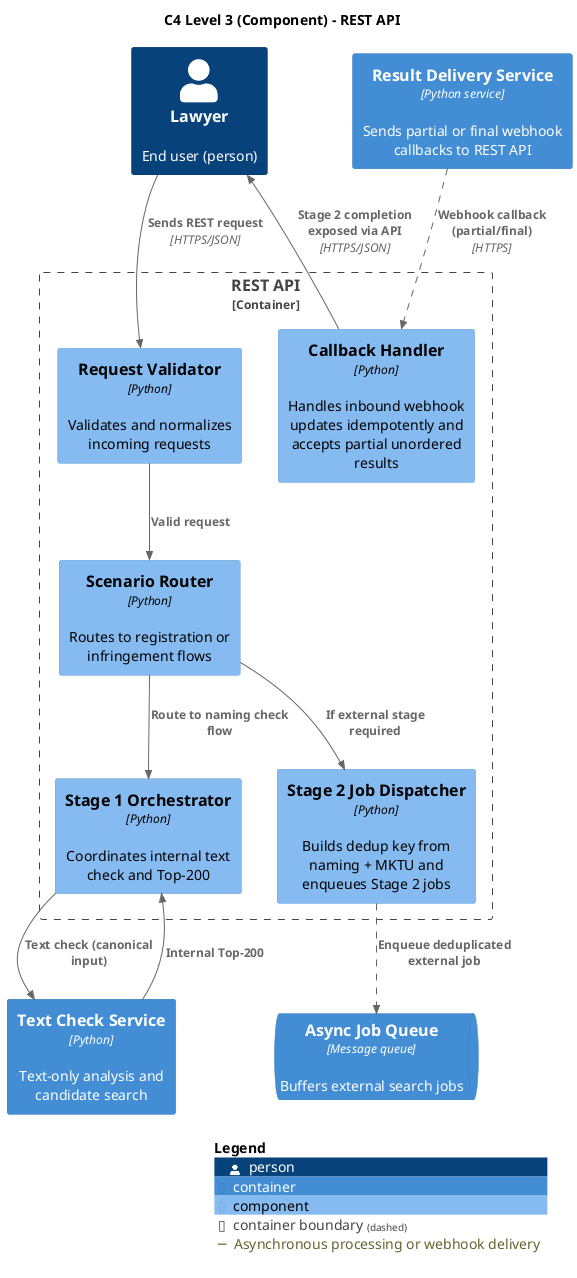
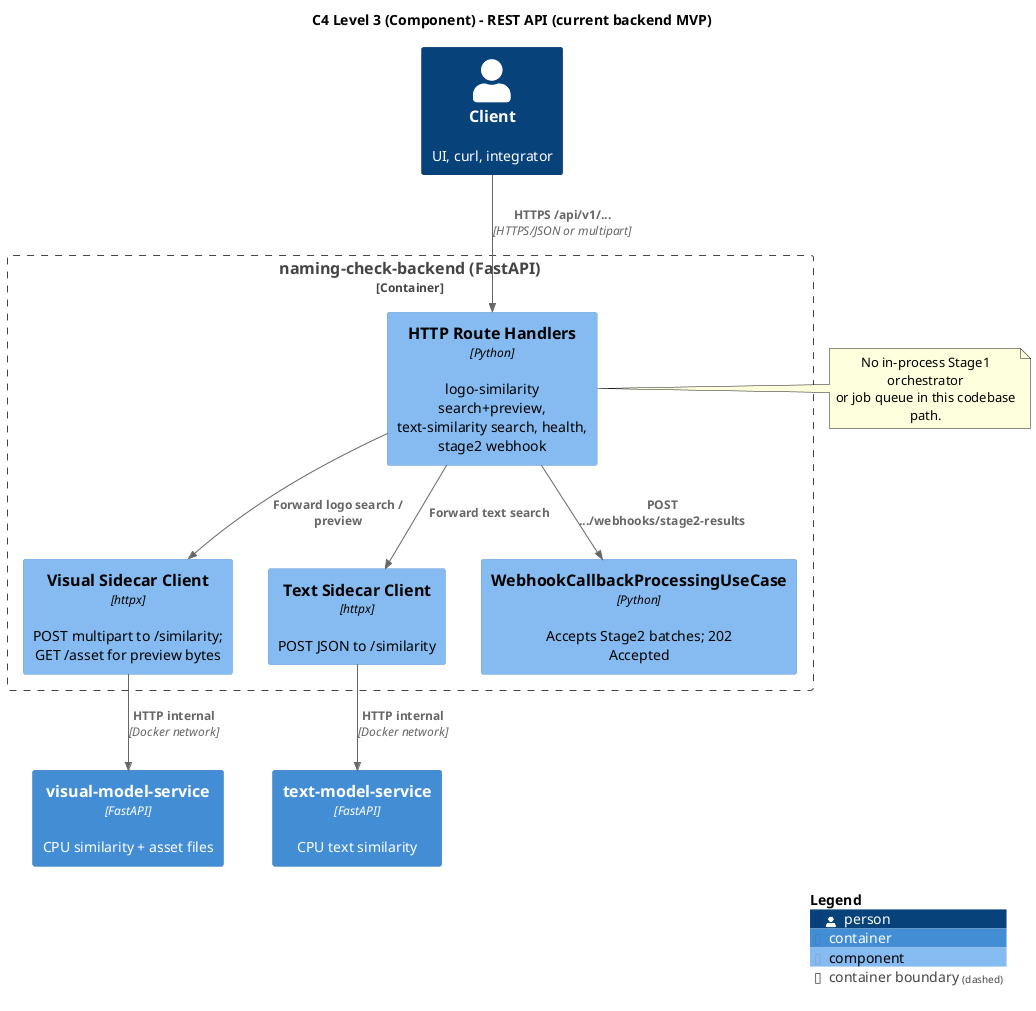
@startuml NamingCheck_REST_API_Components
- title C4 Level 3 (Component) - REST API
+ title C4 Level 3 (Component) - REST API (current backend MVP)

!include <C4/C4_Component>

LAYOUT_TOP_DOWN()

- AddRelTag("async", $lineStyle=DashedLine(), $legendText="Asynchronous processing or webhook delivery")
+ Person(client, "Client", "UI, curl, integrator")

- Person(lawyer, "Lawyer", "End user (person)")
- 
- Container_Boundary(rest_api_boundary, "REST API") {
-   Component(req_validator, "Request Validator", "Python", "Validates and normalizes incoming requests")
-   Component(scenario_router, "Scenario Router", "Python", "Routes to registration or infringement flows")
-   Component(stage1_orchestrator, "Stage 1 Orchestrator", "Python", "Coordinates internal text check and Top-200")
-   Component(stage2_job_dispatcher, "Stage 2 Job Dispatcher", "Python", "Builds dedup key from naming + MKTU and enqueues Stage 2 jobs")
-   Component(callback_handler, "Callback Handler", "Python", "Handles inbound webhook updates idempotently and accepts partial unordered results")
+ Container_Boundary(rest_api_boundary, "naming-check-backend (FastAPI)") {
+   Component(http_routes, "HTTP Route Handlers", "Python", "logo-similarity search+preview, text-similarity search, health, stage2 webhook")
+   Component(visual_client, "Visual Sidecar Client", "httpx", "POST multipart to /similarity; GET /asset for preview bytes")
+   Component(text_client, "Text Sidecar Client", "httpx", "POST JSON to /similarity")
+   Component(webhook_uc, "WebhookCallbackProcessingUseCase", "Python", "Accepts Stage2 batches; 202 Accepted")
}

- Container(text_service, "Text Check Service", "Python", "Text-only analysis and candidate search")
- ContainerQueue(queue, "Async Job Queue", "Message queue", "Buffers external search jobs")
- Container(delivery, "Result Delivery Service", "Python service", "Sends partial or final webhook callbacks to REST API")
+ Container(visual_sidecar, "visual-model-service", "FastAPI", "CPU similarity + asset files")
+ Container(text_sidecar, "text-model-service", "FastAPI", "CPU text similarity")

- Rel_Down(lawyer, req_validator, "Sends REST request", "HTTPS/JSON")
- Rel_Down(req_validator, scenario_router, "Valid request")
+ Rel_Down(client, http_routes, "HTTPS /api/v1/...", "HTTPS/JSON or multipart")
+ Rel_Down(http_routes, visual_client, "Forward logo search / preview")
+ Rel_Down(http_routes, text_client, "Forward text search")
+ Rel_Down(http_routes, webhook_uc, "POST .../webhooks/stage2-results")

- Rel_Down(scenario_router, stage1_orchestrator, "Route to naming check flow")
- Rel_Down(stage1_orchestrator, text_service, "Text check (canonical input)")
- Rel_Up(text_service, stage1_orchestrator, "Internal Top-200")
+ Rel_Down(visual_client, visual_sidecar, "HTTP internal", "Docker network")
+ Rel_Down(text_client, text_sidecar, "HTTP internal", "Docker network")

- Rel_Down(scenario_router, stage2_job_dispatcher, "If external stage required")
- Rel_Down(stage2_job_dispatcher, queue, "Enqueue deduplicated external job", "", "", "", "async")
- 
- Rel_Down(delivery, callback_handler, "Webhook callback (partial/final)", "HTTPS", "", "", "async")
- Rel_Up(callback_handler, lawyer, "Stage 2 completion exposed via API", "HTTPS/JSON")
+ note right of http_routes
+   No in-process Stage1 orchestrator
+   or job queue in this codebase path.
+ end note

SHOW_LEGEND()

@enduml
- 
